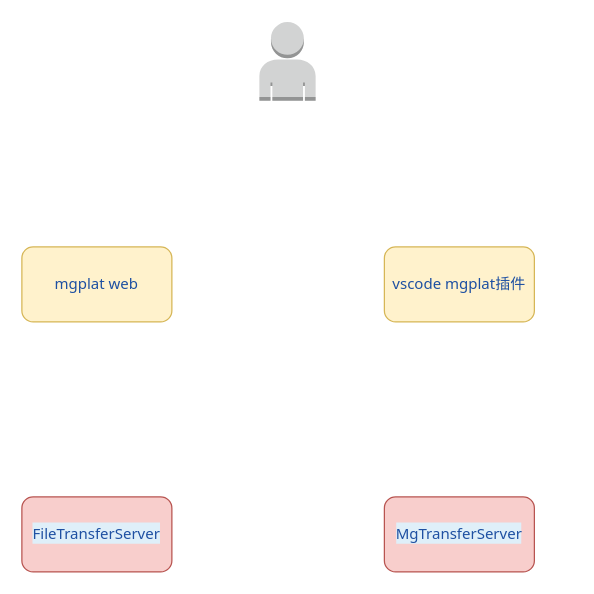
This is mgplat.drawio from eragonhuang/mgplat, a draw.io file, before an edit. Source tidied: cells renumbered, new cells numbered last; positions are measured from the earlier drawing's top-left corner, leaving out a move shared by most shapes. Both pictures are drawn from the tidied source at 125%, with x=0, y=0 at pixel (21, 21).
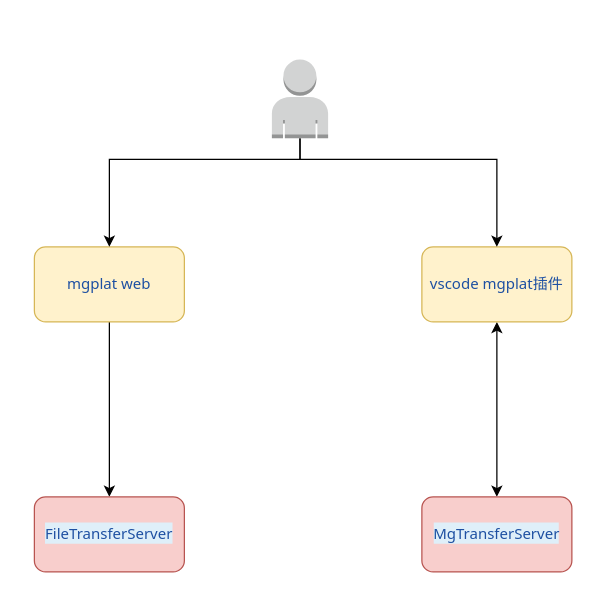
Above is the later version.

Change to the diagram source:
```diff
@@
 <mxGraphModel>
   <root>
     <mxCell id="0" />
     <mxCell id="1" parent="0" />
+    <mxCell id="7" style="edgeStyle=orthogonalEdgeStyle;rounded=0;jettySize=auto;html=1;startArrow=none;startFill=0;" parent="1" edge="1" source="2" target="5">
+      <mxGeometry relative="1" as="geometry" />
+    </mxCell>
     <mxCell id="2" value="&lt;a style=&quot;color: rgb(30 , 80 , 162) ; font-family: &amp;#34;tahoma&amp;#34; , &amp;#34;simsun&amp;#34; ; text-align: left&quot;&gt;mgplat web&lt;br&gt;&lt;/a&gt;" style="whiteSpace=wrap;html=1;fillColor=#fff2cc;strokeColor=#d6b656;rounded=1;" parent="1" vertex="1">
-      <mxGeometry y="180" width="120" height="60" as="geometry" />
+      <mxGeometry x="10" y="180" width="120" height="60" as="geometry" />
     </mxCell>
+    <mxCell id="8" style="edgeStyle=orthogonalEdgeStyle;rounded=0;jettySize=auto;html=1;exitX=0.5;exitY=1;exitDx=0;exitDy=0;entryX=0.5;entryY=0;entryDx=0;entryDy=0;startArrow=classic;startFill=1;" parent="1" edge="1" source="3" target="4">
+      <mxGeometry relative="1" as="geometry" />
+    </mxCell>
     <mxCell id="3" value="&lt;a style=&quot;color: rgb(30 , 80 , 162) ; font-family: &amp;#34;tahoma&amp;#34; , &amp;#34;simsun&amp;#34; ; text-align: left&quot;&gt;vscode mgplat插件&lt;br&gt;&lt;/a&gt;" style="whiteSpace=wrap;html=1;fillColor=#fff2cc;strokeColor=#d6b656;rounded=1;" parent="1" vertex="1">
-      <mxGeometry x="290" y="180" width="120" height="60" as="geometry" />
+      <mxGeometry x="320" y="180" width="120" height="60" as="geometry" />
     </mxCell>
     <mxCell id="4" value="&lt;a style=&quot;color: rgb(30 , 80 , 162) ; font-family: &amp;#34;tahoma&amp;#34; , &amp;#34;simsun&amp;#34; ; text-align: left&quot;&gt;&lt;a style=&quot;color: rgb(30 , 80 , 162) ; font-family: &amp;#34;tahoma&amp;#34; , &amp;#34;simsun&amp;#34; ; background-color: rgb(223 , 239 , 249) ; cursor: pointer&quot;&gt;MgTransferServer&lt;/a&gt;&lt;br&gt;&lt;/a&gt;" style="whiteSpace=wrap;html=1;fillColor=#f8cecc;strokeColor=#b85450;rounded=1;" parent="1" vertex="1">
-      <mxGeometry x="290" y="380" width="120" height="60" as="geometry" />
+      <mxGeometry x="320" y="380" width="120" height="60" as="geometry" />
     </mxCell>
     <mxCell id="5" value="&lt;a style=&quot;color: rgb(30 , 80 , 162) ; font-family: &amp;#34;tahoma&amp;#34; , &amp;#34;simsun&amp;#34; ; text-align: left&quot;&gt;&lt;a style=&quot;color: rgb(30 , 80 , 162) ; font-family: &amp;#34;tahoma&amp;#34; , &amp;#34;simsun&amp;#34; ; background-color: rgb(223 , 239 , 249) ; cursor: pointer&quot;&gt;FileTransferServer&lt;/a&gt;&lt;br&gt;&lt;/a&gt;" style="whiteSpace=wrap;html=1;fillColor=#f8cecc;strokeColor=#b85450;rounded=1;" parent="1" vertex="1">
-      <mxGeometry y="380" width="120" height="60" as="geometry" />
+      <mxGeometry x="10" y="380" width="120" height="60" as="geometry" />
     </mxCell>
+    <mxCell id="9" style="edgeStyle=orthogonalEdgeStyle;rounded=0;jettySize=auto;html=1;entryX=0.5;entryY=0;entryDx=0;entryDy=0;startArrow=none;startFill=0;" parent="1" edge="1" source="6" target="2">
+      <mxGeometry relative="1" as="geometry">
+        <Array as="points">
+          <mxPoint x="223" y="110" />
+          <mxPoint x="70" y="110" />
+        </Array>
+      </mxGeometry>
+    </mxCell>
+    <mxCell id="10" style="edgeStyle=orthogonalEdgeStyle;rounded=0;jettySize=auto;html=1;entryX=0.5;entryY=0;entryDx=0;entryDy=0;startArrow=none;startFill=0;" parent="1" edge="1" source="6" target="3">
+      <mxGeometry relative="1" as="geometry">
+        <Array as="points">
+          <mxPoint x="223" y="110" />
+          <mxPoint x="380" y="110" />
+        </Array>
+      </mxGeometry>
+    </mxCell>
     <mxCell id="6" style="outlineConnect=0;dashed=0;verticalLabelPosition=bottom;verticalAlign=top;align=center;html=1;shape=mxgraph.aws3.user;fillColor=#D2D3D3;gradientColor=none;rounded=1;" parent="1" vertex="1">
-      <mxGeometry x="190" width="45" height="63" as="geometry" />
+      <mxGeometry x="200" y="30" width="45" height="63" as="geometry" />
     </mxCell>
   </root>
 </mxGraphModel>
```
